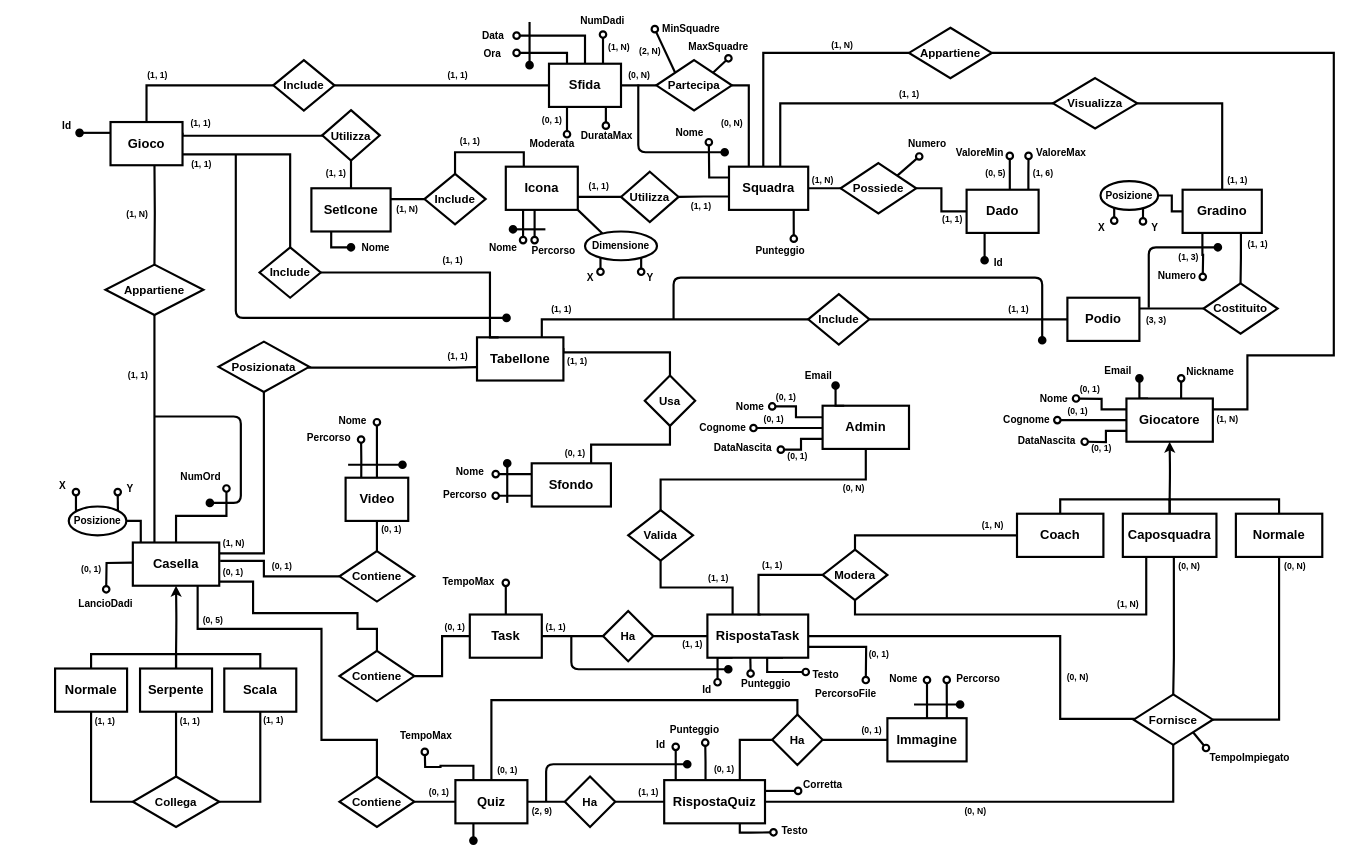
The draw.io diagram Progetto concettuale/Schema ER.drawio in lorenzobilli/BD-project, before the edit. Source tidied: cells renumbered, new cells numbered last; positions are measured from the earlier drawing's top-left corner, leaving out a move shared by most shapes. Both pictures are drawn from the tidied source at 72%, with x=0, y=0 at pixel (55, 12).
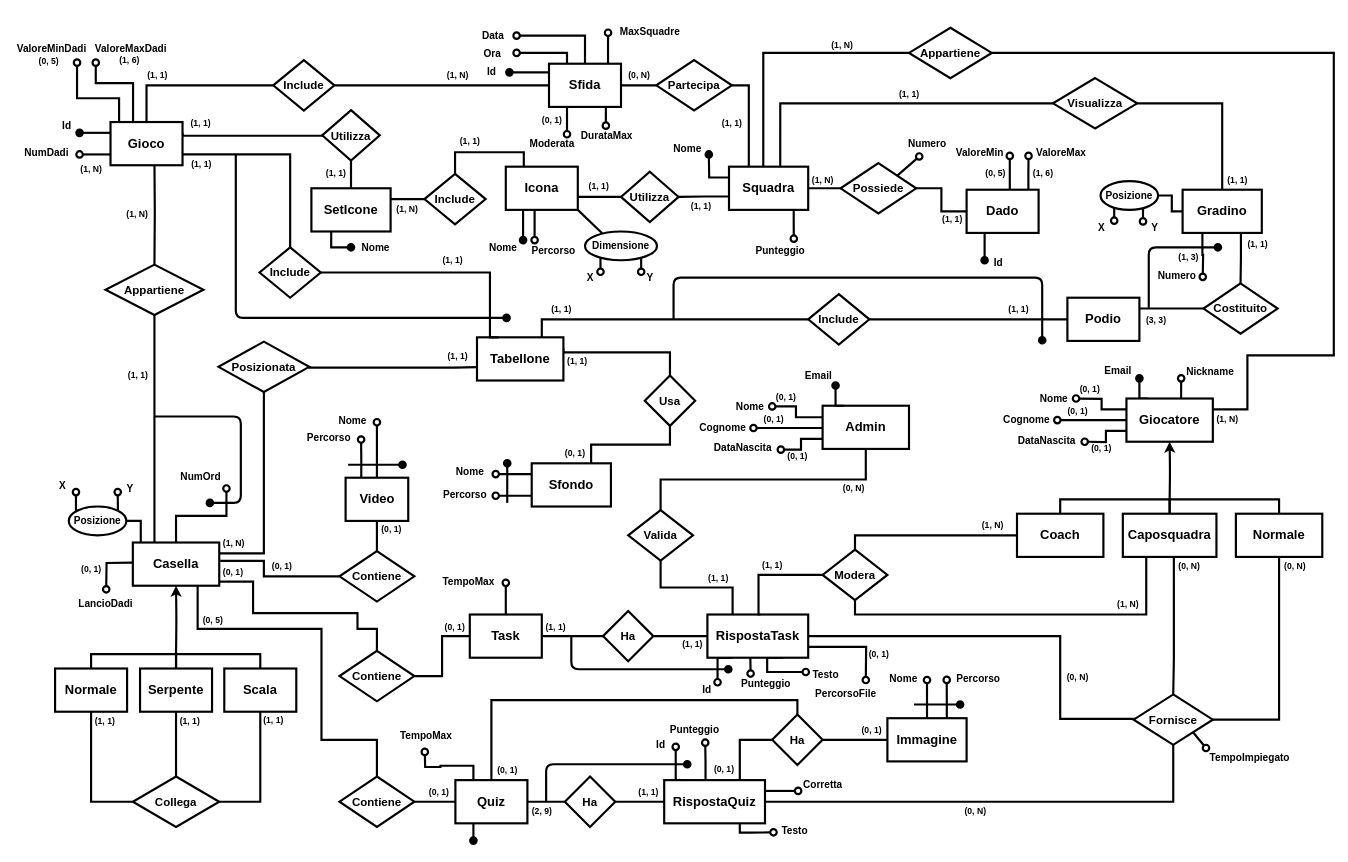
The same diagram, later.

Unchanged cells that the change refers to:
```xml
<mxCell id="6" value="Gioco" style="rounded=0;whiteSpace=wrap;html=1;strokeWidth=3;fontSize=18;shadow=0;fontStyle=1;" parent="1" vertex="1">
  <mxGeometry x="77" y="152" width="100" height="60" as="geometry" />
</mxCell>
<mxCell id="24" value="Squadra" style="rounded=0;whiteSpace=wrap;html=1;strokeWidth=3;fontSize=18;shadow=0;fontStyle=1;" parent="1" vertex="1">
  <mxGeometry x="936" y="214" width="110" height="60" as="geometry" />
</mxCell>
<mxCell id="30" value="Partecipa" style="rhombus;whiteSpace=wrap;html=1;strokeWidth=3;fontSize=16;shadow=0;fontStyle=1;" parent="1" vertex="1">
  <mxGeometry x="835" y="66" width="105" height="70" as="geometry" />
</mxCell>
<mxCell id="58" value="Sfida" style="rounded=0;whiteSpace=wrap;html=1;strokeWidth=3;fontSize=18;shadow=0;fontStyle=1;" parent="1" vertex="1">
  <mxGeometry x="686" y="71" width="100" height="60" as="geometry" />
</mxCell>
```

The edit, as a diff of the source:
```diff
@@
-    <mxCell id="23" style="edgeStyle=orthogonalEdgeStyle;rounded=0;jettySize=auto;html=1;exitX=0;exitY=0.25;exitDx=0;exitDy=0;startArrow=none;startFill=0;endArrow=oval;endFill=0;strokeWidth=3;endSize=9;" parent="1" edge="1" source="24">
+    <mxCell id="23" style="edgeStyle=orthogonalEdgeStyle;rounded=0;jettySize=auto;html=1;exitX=0;exitY=0.25;exitDx=0;exitDy=0;startArrow=none;startFill=0;endArrow=oval;endFill=1;strokeWidth=3;endSize=9;" parent="1" edge="1" source="24">
       <mxGeometry relative="1" as="geometry">
-        <mxPoint x="908" y="180" as="targetPoint" />
+        <mxPoint x="908" y="197" as="targetPoint" />
       </mxGeometry>
     </mxCell>
@@
-    <mxCell id="28" style="edgeStyle=none;rounded=0;jettySize=auto;html=1;exitX=1;exitY=0;exitDx=0;exitDy=0;endArrow=oval;endFill=0;endSize=9;strokeWidth=3;" parent="1" edge="1" source="30">
+    <mxCell id="28" style="edgeStyle=none;rounded=0;jettySize=auto;html=1;exitX=0.82;exitY=0.083;exitDx=0;exitDy=0;endArrow=oval;endFill=0;endSize=9;strokeWidth=3;exitPerimeter=0;" parent="1" edge="1" source="58">
       <mxGeometry relative="1" as="geometry">
-        <mxPoint x="935.2" y="63.5" as="targetPoint" />
+        <mxPoint x="768" y="28" as="targetPoint" />
       </mxGeometry>
     </mxCell>
-    <mxCell id="29" style="rounded=0;jettySize=auto;html=1;exitX=0;exitY=0;exitDx=0;exitDy=0;fontSize=14;startArrow=none;startFill=0;endArrow=oval;endFill=0;startSize=9;endSize=9;strokeWidth=3;" parent="1" edge="1" source="30">
-      <mxGeometry relative="1" as="geometry">
-        <mxPoint x="833" y="23" as="targetPoint" />
-      </mxGeometry>
-    </mxCell>
@@
-    <mxCell id="57" style="edgeStyle=orthogonalEdgeStyle;rounded=0;jettySize=auto;html=1;exitX=0.75;exitY=0;exitDx=0;exitDy=0;strokeWidth=3;endArrow=oval;endFill=0;endSize=9;" parent="1" edge="1" source="58">
-      <mxGeometry relative="1" as="geometry">
-        <mxPoint x="761" y="30.5" as="targetPoint" />
-      </mxGeometry>
-    </mxCell>
@@
-    <mxCell id="75" style="edgeStyle=elbowEdgeStyle;rounded=0;orthogonalLoop=1;jettySize=auto;elbow=vertical;html=1;fontSize=16;startArrow=none;startFill=0;endArrow=oval;endFill=0;strokeWidth=3;shadow=0;endSize=9;fontStyle=1;" parent="1" edge="1">
+    <mxCell id="75" style="edgeStyle=elbowEdgeStyle;rounded=0;orthogonalLoop=1;jettySize=auto;elbow=vertical;html=1;fontSize=16;startArrow=none;startFill=0;endArrow=oval;endFill=1;strokeWidth=3;shadow=0;endSize=9;fontStyle=1;" parent="1" edge="1">
       <mxGeometry relative="1" as="geometry">
         <mxPoint x="650" y="274" as="sourcePoint" />
         <mxPoint x="650" y="316" as="targetPoint" />
         <Array as="points">
           <mxPoint x="650" y="282" />
           <mxPoint x="650" y="276" />
         </Array>
       </mxGeometry>
     </mxCell>
@@
-    <mxCell id="170" style="endArrow=oval;html=1;fontSize=10;endFill=1;strokeWidth=3;shadow=0;endSize=9;fontStyle=1;" parent="1" edge="1">
-      <mxGeometry relative="1" as="geometry">
-        <mxPoint x="681" y="301" as="sourcePoint" />
-        <mxPoint x="636" y="301" as="targetPoint" />
-      </mxGeometry>
-    </mxCell>
@@
-    <mxCell id="176" style="endArrow=none;html=1;endSize=9;strokeWidth=3;edgeStyle=orthogonalEdgeStyle;startArrow=oval;startFill=1;startSize=9;endFill=0;" parent="1" edge="1">
-      <mxGeometry relative="1" as="geometry">
-        <mxPoint x="659" y="73" as="sourcePoint" />
-        <mxPoint x="659" y="13" as="targetPoint" />
-        <Array as="points">
-          <mxPoint x="659" y="65" />
-          <mxPoint x="659" y="65" />
-        </Array>
-      </mxGeometry>
-    </mxCell>
@@
     <mxCell id="178" value="&lt;span style=&quot;font-size: 14px;&quot;&gt;Nome&lt;/span&gt;" style="text;html=1;align=center;verticalAlign=middle;strokeColor=none;fillColor=none;fontSize=14;fontStyle=1;" parent="1" vertex="1">
-      <mxGeometry x="856" y="156" width="49" height="21" as="geometry" />
+      <mxGeometry x="853" y="178" width="49" height="21" as="geometry" />
     </mxCell>
-    <mxCell id="179" style="endArrow=none;html=1;fontSize=10;endSize=9;strokeWidth=3;endFill=0;startArrow=oval;startFill=1;startSize=9;" parent="1" edge="1">
-      <mxGeometry relative="1" as="geometry">
-        <mxPoint x="930" y="194" as="sourcePoint" />
-        <mxPoint x="810" y="100" as="targetPoint" />
-        <Array as="points">
-          <mxPoint x="810" y="194" />
-        </Array>
-      </mxGeometry>
-    </mxCell>
@@
     <mxCell id="184" value="MaxSquadre" style="text;html=1;align=center;verticalAlign=middle;strokeColor=none;fillColor=none;fontStyle=1;fontSize=14;" parent="1" vertex="1">
-      <mxGeometry x="874" y="37" width="94" height="21" as="geometry" />
+      <mxGeometry x="779" y="16" width="94" height="21" as="geometry" />
     </mxCell>
@@
-    <mxCell id="211" value="&lt;font style=&quot;font-size: 12px&quot;&gt;&lt;b&gt;(1, 1)&lt;/b&gt;&lt;/font&gt;" style="text;html=1;align=center;verticalAlign=middle;strokeColor=none;fillColor=none;fontSize=14;" parent="1" vertex="1">
-      <mxGeometry x="540" y="75" width="38" height="22" as="geometry" />
+    <mxCell id="211" value="&lt;font style=&quot;font-size: 12px&quot;&gt;&lt;b&gt;(1, N)&lt;/b&gt;&lt;/font&gt;" style="text;html=1;align=center;verticalAlign=middle;strokeColor=none;fillColor=none;fontSize=14;" parent="1" vertex="1">
+      <mxGeometry x="539" y="75" width="40" height="22" as="geometry" />
     </mxCell>
@@
-    <mxCell id="259" value="&lt;font style=&quot;font-size: 12px&quot;&gt;&lt;b&gt;(0, N)&lt;/b&gt;&lt;/font&gt;" style="text;html=1;align=center;verticalAlign=middle;strokeColor=none;fillColor=none;fontSize=14;" parent="1" vertex="1">
-      <mxGeometry x="920" y="142" width="40" height="22" as="geometry" />
+    <mxCell id="259" value="&lt;font style=&quot;font-size: 12px&quot;&gt;&lt;b&gt;(1, 1)&lt;/b&gt;&lt;/font&gt;" style="text;html=1;align=center;verticalAlign=middle;strokeColor=none;fillColor=none;fontSize=14;" parent="1" vertex="1">
+      <mxGeometry x="921" y="142" width="38" height="22" as="geometry" />
     </mxCell>
@@
-    <mxCell id="268" value="&lt;font style=&quot;font-size: 12px&quot;&gt;&lt;b&gt;(2, N)&lt;/b&gt;&lt;/font&gt;" style="text;html=1;align=center;verticalAlign=middle;strokeColor=none;fillColor=none;fontSize=14;" parent="1" vertex="1">
-      <mxGeometry x="806" y="42" width="40" height="22" as="geometry" />
-    </mxCell>
-    <mxCell id="269" value="MinSquadre" style="text;html=1;align=center;verticalAlign=middle;strokeColor=none;fillColor=none;fontStyle=1;fontSize=14;" parent="1" vertex="1">
-      <mxGeometry x="838" y="12" width="90" height="21" as="geometry" />
-    </mxCell>
@@
     <mxCell id="298" value="NumDadi" style="text;html=1;align=center;verticalAlign=middle;strokeColor=none;fillColor=none;fontStyle=1;fontSize=14;" parent="1" vertex="1">
-      <mxGeometry x="724" width="72" height="21" as="geometry" />
+      <mxGeometry x="-48" y="184.5" width="72" height="21" as="geometry" />
     </mxCell>
     <mxCell id="299" value="&lt;font style=&quot;font-size: 12px&quot;&gt;&lt;b&gt;(1, N)&lt;/b&gt;&lt;/font&gt;" style="text;html=1;align=center;verticalAlign=middle;strokeColor=none;fillColor=none;fontSize=14;" parent="1" vertex="1">
-      <mxGeometry x="763" y="37" width="40" height="22" as="geometry" />
+      <mxGeometry x="30" y="205.5" width="40" height="22" as="geometry" />
     </mxCell>
+    <mxCell id="300" style="endArrow=none;html=1;endSize=9;strokeWidth=3;edgeStyle=orthogonalEdgeStyle;startArrow=oval;startFill=1;startSize=9;endFill=0;" parent="1" edge="1">
+      <mxGeometry relative="1" as="geometry">
+        <mxPoint x="631" y="83" as="sourcePoint" />
+        <mxPoint x="686" y="83" as="targetPoint" />
+        <Array as="points">
+          <mxPoint x="663" y="83" />
+          <mxPoint x="663" y="83" />
+        </Array>
+      </mxGeometry>
+    </mxCell>
+    <mxCell id="301" style="edgeStyle=orthogonalEdgeStyle;rounded=0;jettySize=auto;html=1;exitX=0;exitY=0.75;exitDx=0;exitDy=0;strokeWidth=3;endArrow=oval;endFill=0;endSize=9;" parent="1" edge="1" source="6">
+      <mxGeometry relative="1" as="geometry">
+        <mxPoint x="34" y="197" as="targetPoint" />
+      </mxGeometry>
+    </mxCell>
+    <mxCell id="302" value="Id" style="text;html=1;align=center;verticalAlign=middle;strokeColor=none;fontSize=14;strokeWidth=3;shadow=0;fontStyle=1;" parent="1" vertex="1">
+      <mxGeometry x="594.5" y="71" width="23" height="21" as="geometry" />
+    </mxCell>
+    <mxCell id="303" style="edgeStyle=orthogonalEdgeStyle;rounded=0;orthogonalLoop=1;jettySize=auto;html=1;exitX=0.119;exitY=0;exitDx=0;exitDy=0;fontSize=10;endArrow=oval;endFill=0;strokeWidth=3;shadow=0;endSize=9;fontStyle=1;exitPerimeter=0;" parent="1" edge="1">
+      <mxGeometry relative="1" as="geometry">
+        <mxPoint x="88.9" y="152" as="sourcePoint" />
+        <mxPoint x="30.5" y="69.5" as="targetPoint" />
+        <Array as="points">
+          <mxPoint x="89" y="119" />
+          <mxPoint x="31" y="119" />
+        </Array>
+      </mxGeometry>
+    </mxCell>
+    <mxCell id="304" style="edgeStyle=orthogonalEdgeStyle;rounded=0;orthogonalLoop=1;jettySize=auto;html=1;fontSize=10;endArrow=oval;endFill=0;strokeWidth=3;shadow=0;endSize=9;fontStyle=1;exitX=0.313;exitY=0.01;exitDx=0;exitDy=0;exitPerimeter=0;" parent="1" edge="1">
+      <mxGeometry relative="1" as="geometry">
+        <mxPoint x="108.3" y="152.6" as="sourcePoint" />
+        <mxPoint x="56.5" y="69.5" as="targetPoint" />
+        <Array as="points">
+          <mxPoint x="108" y="98" />
+          <mxPoint x="57" y="98" />
+        </Array>
+      </mxGeometry>
+    </mxCell>
+    <mxCell id="305" value="ValoreMinDadi" style="text;html=1;align=center;verticalAlign=middle;strokeColor=none;fontSize=14;strokeWidth=3;shadow=0;fontStyle=1;" parent="1" vertex="1">
+      <mxGeometry x="-59" y="39" width="107" height="21" as="geometry" />
+    </mxCell>
+    <mxCell id="306" value="ValoreMaxDadi" style="text;html=1;align=center;verticalAlign=middle;strokeColor=none;fontSize=14;strokeWidth=3;shadow=0;fontStyle=1;" parent="1" vertex="1">
+      <mxGeometry x="50" y="39" width="110" height="21" as="geometry" />
+    </mxCell>
+    <mxCell id="307" value="&lt;font style=&quot;font-size: 12px&quot;&gt;&lt;b&gt;(0, 5)&lt;/b&gt;&lt;/font&gt;" style="text;html=1;align=center;verticalAlign=middle;strokeColor=none;fillColor=none;fontSize=14;" parent="1" vertex="1">
+      <mxGeometry x="-28" y="56" width="38" height="22" as="geometry" />
+    </mxCell>
+    <mxCell id="308" value="&lt;font style=&quot;font-size: 12px&quot;&gt;&lt;b&gt;(1, 6)&lt;/b&gt;&lt;/font&gt;" style="text;html=1;align=center;verticalAlign=middle;strokeColor=none;fillColor=none;fontSize=14;" parent="1" vertex="1">
+      <mxGeometry x="84" y="55" width="38" height="22" as="geometry" />
+    </mxCell>
```
